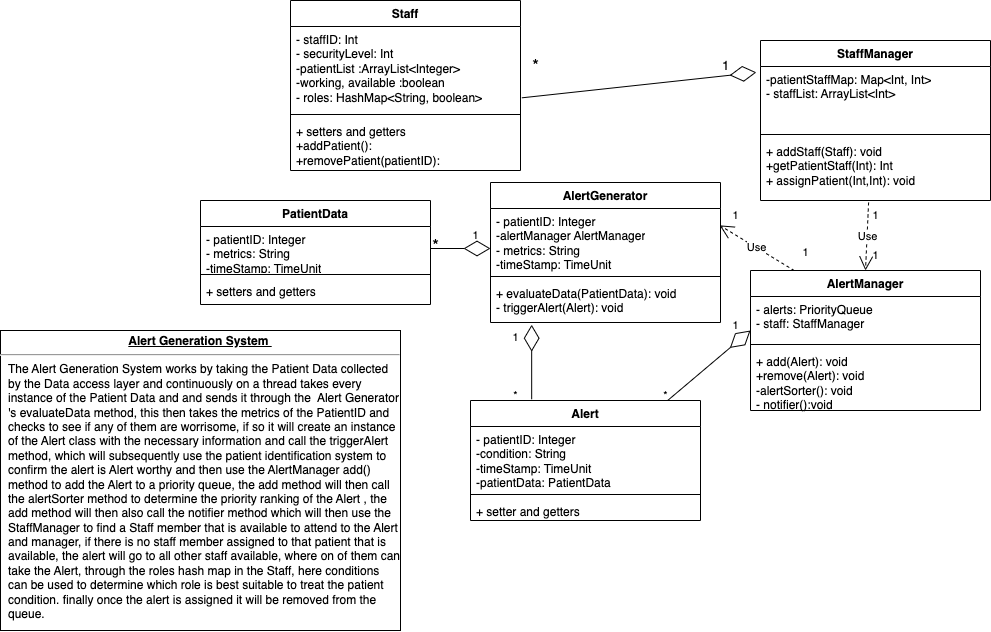
Before: uml_models/UML_Alert_Generation_System.png, a diagram exported from draw.io (Daionyos/signal_project_69). Source tidied: cells renumbered, new cells last; positions are measured from the earlier drawing's top-left corner, leaving out a move shared by most shapes.
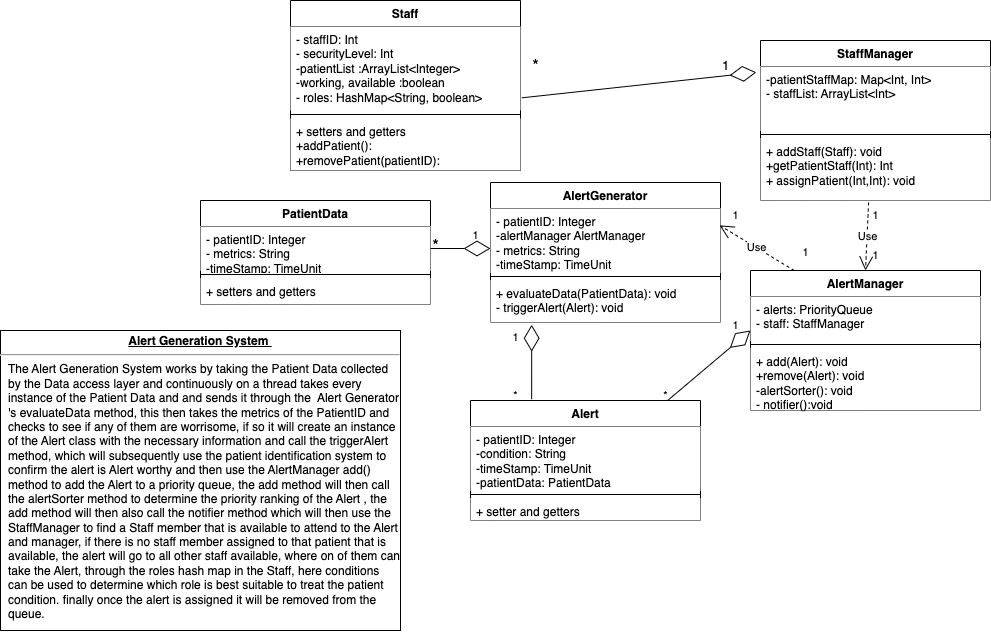
Above is the later version.

Commit message:
fixing UML class diagram

What changed in the source:
```diff
@@ -5,73 +5,73 @@
     <mxCell id="2" value="PatientData" style="swimlane;fontStyle=1;align=center;verticalAlign=top;horizontal=1;startSize=26;whiteSpace=wrap;html=1;" parent="1" vertex="1">
       <mxGeometry x="200" y="200" width="230" height="104" as="geometry" />
     </mxCell>
-    <mxCell id="3" value="- patientID: Integer&lt;br&gt;- metrics: String&lt;br&gt;-timeStamp: TimeUnit" style="text;strokeColor=none;fillColor=none;align=left;verticalAlign=top;spacingLeft=4;spacingRight=4;overflow=hidden;points=[[0,0.5],[1,0.5]];portConstraint=eastwest;whiteSpace=wrap;html=1;" parent="2" vertex="1">
+    <mxCell id="3" value="- patientID: Integer&lt;br&gt;- metrics: String&lt;br&gt;-timeStamp: TimeUnit" style="text;strokeColor=none;fillColor=default;align=left;verticalAlign=top;spacingLeft=4;spacingRight=4;overflow=hidden;points=[[0,0.5],[1,0.5]];portConstraint=eastwest;whiteSpace=wrap;html=1;" parent="2" vertex="1">
       <mxGeometry y="26" width="230" height="44" as="geometry" />
     </mxCell>
     <mxCell id="4" style="line;strokeWidth=1;fillColor=none;align=left;verticalAlign=middle;spacingTop=-1;spacingLeft=3;spacingRight=3;labelPosition=right;strokeColor=inherit;" parent="2" vertex="1">
       <mxGeometry y="70" width="230" height="8" as="geometry" />
     </mxCell>
-    <mxCell id="5" value="+ setters and getters" style="text;strokeColor=none;fillColor=none;align=left;verticalAlign=top;spacingLeft=4;spacingRight=4;overflow=hidden;whiteSpace=wrap;html=1;" parent="2" vertex="1">
+    <mxCell id="5" value="+ setters and getters" style="text;strokeColor=none;fillColor=default;align=left;verticalAlign=top;spacingLeft=4;spacingRight=4;overflow=hidden;whiteSpace=wrap;html=1;" parent="2" vertex="1">
       <mxGeometry y="78" width="230" height="26" as="geometry" />
     </mxCell>
     <mxCell id="6" value="AlertGenerator" style="swimlane;fontStyle=1;align=center;verticalAlign=top;horizontal=1;startSize=26;whiteSpace=wrap;html=1;" parent="1" vertex="1">
       <mxGeometry x="490" y="182" width="230" height="140" as="geometry" />
     </mxCell>
-    <mxCell id="7" value="- patientID: Integer&lt;br&gt;-alertManager AlertManager&lt;br&gt;- metrics: String&lt;br&gt;-timeStamp: TimeUnit" style="text;strokeColor=none;fillColor=none;align=left;verticalAlign=top;spacingLeft=4;spacingRight=4;overflow=hidden;whiteSpace=wrap;html=1;" parent="6" vertex="1">
+    <mxCell id="7" value="- patientID: Integer&lt;br&gt;-alertManager AlertManager&lt;br&gt;- metrics: String&lt;br&gt;-timeStamp: TimeUnit" style="text;strokeColor=none;fillColor=default;align=left;verticalAlign=top;spacingLeft=4;spacingRight=4;overflow=hidden;whiteSpace=wrap;html=1;" parent="6" vertex="1">
       <mxGeometry y="26" width="230" height="64" as="geometry" />
     </mxCell>
     <mxCell id="8" style="line;strokeWidth=1;fillColor=none;align=left;verticalAlign=middle;spacingTop=-1;spacingLeft=3;spacingRight=3;labelPosition=right;strokeColor=inherit;" parent="6" vertex="1">
       <mxGeometry y="90" width="230" height="8" as="geometry" />
     </mxCell>
-    <mxCell id="9" value="+ evaluateData(PatientData): void&lt;br&gt;- triggerAlert(Alert): void&amp;nbsp;&amp;nbsp;" style="text;strokeColor=none;fillColor=none;align=left;verticalAlign=top;spacingLeft=4;spacingRight=4;overflow=hidden;points=[[0,0.5],[1,0.5]];portConstraint=eastwest;whiteSpace=wrap;html=1;" parent="6" vertex="1">
+    <mxCell id="9" value="+ evaluateData(PatientData): void&lt;br&gt;- triggerAlert(Alert): void&amp;nbsp;&amp;nbsp;" style="text;strokeColor=none;fillColor=default;align=left;verticalAlign=top;spacingLeft=4;spacingRight=4;overflow=hidden;points=[[0,0.5],[1,0.5]];portConstraint=eastwest;whiteSpace=wrap;html=1;" parent="6" vertex="1">
       <mxGeometry y="98" width="230" height="42" as="geometry" />
     </mxCell>
     <mxCell id="10" value="Alert" style="swimlane;fontStyle=1;align=center;verticalAlign=top;horizontal=1;startSize=26;whiteSpace=wrap;html=1;" parent="1" vertex="1">
       <mxGeometry x="470" y="400" width="230" height="120" as="geometry" />
     </mxCell>
-    <mxCell id="11" value="- patientID: Integer&lt;br&gt;-condition: String&lt;br&gt;-timeStamp: TimeUnit&lt;br&gt;-patientData: PatientData" style="text;strokeColor=none;fillColor=none;align=left;verticalAlign=top;spacingLeft=4;spacingRight=4;overflow=hidden;whiteSpace=wrap;html=1;" parent="10" vertex="1">
+    <mxCell id="11" value="- patientID: Integer&lt;br&gt;-condition: String&lt;br&gt;-timeStamp: TimeUnit&lt;br&gt;-patientData: PatientData" style="text;strokeColor=none;fillColor=default;align=left;verticalAlign=top;spacingLeft=4;spacingRight=4;overflow=hidden;whiteSpace=wrap;html=1;" parent="10" vertex="1">
       <mxGeometry y="26" width="230" height="64" as="geometry" />
     </mxCell>
     <mxCell id="12" style="line;strokeWidth=1;fillColor=none;align=left;verticalAlign=middle;spacingTop=-1;spacingLeft=3;spacingRight=3;labelPosition=right;strokeColor=inherit;" parent="10" vertex="1">
       <mxGeometry y="90" width="230" height="8" as="geometry" />
     </mxCell>
-    <mxCell id="13" value="+ setter and getters" style="text;strokeColor=none;fillColor=none;align=left;verticalAlign=top;spacingLeft=4;spacingRight=4;overflow=hidden;whiteSpace=wrap;html=1;" parent="10" vertex="1">
+    <mxCell id="13" value="+ setter and getters" style="text;strokeColor=none;fillColor=default;align=left;verticalAlign=top;spacingLeft=4;spacingRight=4;overflow=hidden;whiteSpace=wrap;html=1;" parent="10" vertex="1">
       <mxGeometry y="98" width="230" height="22" as="geometry" />
     </mxCell>
     <mxCell id="14" value="AlertManager" style="swimlane;fontStyle=1;align=center;verticalAlign=top;horizontal=1;startSize=26;whiteSpace=wrap;html=1;" parent="1" vertex="1">
       <mxGeometry x="750" y="270" width="230" height="140" as="geometry" />
     </mxCell>
-    <mxCell id="15" value="- alerts: PriorityQueue&amp;nbsp;&lt;br&gt;- staff: StaffManager" style="text;strokeColor=none;fillColor=none;align=left;verticalAlign=top;spacingLeft=4;spacingRight=4;overflow=hidden;whiteSpace=wrap;html=1;" parent="14" vertex="1">
+    <mxCell id="15" value="- alerts: PriorityQueue&amp;nbsp;&lt;br&gt;- staff: StaffManager" style="text;strokeColor=none;fillColor=default;align=left;verticalAlign=top;spacingLeft=4;spacingRight=4;overflow=hidden;whiteSpace=wrap;html=1;" parent="14" vertex="1">
       <mxGeometry y="26" width="230" height="44" as="geometry" />
     </mxCell>
     <mxCell id="16" style="line;strokeWidth=1;fillColor=none;align=left;verticalAlign=middle;spacingTop=-1;spacingLeft=3;spacingRight=3;labelPosition=right;strokeColor=inherit;" parent="14" vertex="1">
       <mxGeometry y="70" width="230" height="8" as="geometry" />
     </mxCell>
-    <mxCell id="17" value="+ add(Alert): void&lt;br&gt;+remove(Alert): void&lt;br&gt;-alertSorter(): void&lt;br&gt;- notifier():void&amp;nbsp;" style="text;strokeColor=none;fillColor=none;align=left;verticalAlign=top;spacingLeft=4;spacingRight=4;overflow=hidden;whiteSpace=wrap;html=1;" parent="14" vertex="1">
+    <mxCell id="17" value="+ add(Alert): void&lt;br&gt;+remove(Alert): void&lt;br&gt;-alertSorter(): void&lt;br&gt;- notifier():void&amp;nbsp;" style="text;strokeColor=none;fillColor=default;align=left;verticalAlign=top;spacingLeft=4;spacingRight=4;overflow=hidden;whiteSpace=wrap;html=1;" parent="14" vertex="1">
       <mxGeometry y="78" width="230" height="62" as="geometry" />
     </mxCell>
     <mxCell id="18" value="StaffManager" style="swimlane;fontStyle=1;align=center;verticalAlign=top;horizontal=1;startSize=26;whiteSpace=wrap;html=1;" parent="1" vertex="1">
       <mxGeometry x="760" y="40" width="230" height="160" as="geometry" />
     </mxCell>
-    <mxCell id="19" value="-patientStaffMap: Map&amp;lt;Int, Int&amp;gt;&lt;br&gt;- staffList: ArrayList&amp;lt;Int&amp;gt;" style="text;strokeColor=none;fillColor=none;align=left;verticalAlign=top;spacingLeft=4;spacingRight=4;overflow=hidden;points=[[0,0.5],[1,0.5]];portConstraint=eastwest;whiteSpace=wrap;html=1;" parent="18" vertex="1">
+    <mxCell id="19" value="-patientStaffMap: Map&amp;lt;Int, Int&amp;gt;&lt;br&gt;- staffList: ArrayList&amp;lt;Int&amp;gt;" style="text;strokeColor=none;fillColor=default;align=left;verticalAlign=top;spacingLeft=4;spacingRight=4;overflow=hidden;points=[[0,0.5],[1,0.5]];portConstraint=eastwest;whiteSpace=wrap;html=1;" parent="18" vertex="1">
       <mxGeometry y="26" width="230" height="64" as="geometry" />
     </mxCell>
     <mxCell id="20" style="line;strokeWidth=1;fillColor=none;align=left;verticalAlign=middle;spacingTop=-1;spacingLeft=3;spacingRight=3;labelPosition=right;strokeColor=inherit;" parent="18" vertex="1">
       <mxGeometry y="90" width="230" height="8" as="geometry" />
     </mxCell>
-    <mxCell id="21" value="+ addStaff(Staff): void&lt;br&gt;+getPatientStaff(Int): Int&lt;br&gt;+ assignPatient(Int,Int): void&amp;nbsp;" style="text;strokeColor=none;fillColor=none;align=left;verticalAlign=top;spacingLeft=4;spacingRight=4;overflow=hidden;points=[[0,0.5],[1,0.5]];portConstraint=eastwest;whiteSpace=wrap;html=1;" parent="18" vertex="1">
+    <mxCell id="21" value="+ addStaff(Staff): void&lt;br&gt;+getPatientStaff(Int): Int&lt;br&gt;+ assignPatient(Int,Int): void&amp;nbsp;" style="text;strokeColor=none;fillColor=default;align=left;verticalAlign=top;spacingLeft=4;spacingRight=4;overflow=hidden;points=[[0,0.5],[1,0.5]];portConstraint=eastwest;whiteSpace=wrap;html=1;" parent="18" vertex="1">
       <mxGeometry y="98" width="230" height="62" as="geometry" />
     </mxCell>
     <mxCell id="22" value="Staff" style="swimlane;fontStyle=1;align=center;verticalAlign=top;horizontal=1;startSize=26;whiteSpace=wrap;html=1;" parent="1" vertex="1">
       <mxGeometry x="290" width="230" height="170" as="geometry" />
     </mxCell>
-    <mxCell id="23" value="- staffID: Int&lt;br&gt;- securityLevel: Int&lt;br&gt;-patientList :ArrayList&amp;lt;Integer&amp;gt;&lt;br&gt;-working, available :boolean&lt;br&gt;- roles: HashMap&amp;lt;String, boolean&amp;gt;" style="text;strokeColor=none;fillColor=none;align=left;verticalAlign=top;spacingLeft=4;spacingRight=4;overflow=hidden;points=[[0,0.5],[1,0.5]];portConstraint=eastwest;whiteSpace=wrap;html=1;" parent="22" vertex="1">
+    <mxCell id="23" value="- staffID: Int&lt;br&gt;- securityLevel: Int&lt;br&gt;-patientList :ArrayList&amp;lt;Integer&amp;gt;&lt;br&gt;-working, available :boolean&lt;br&gt;- roles: HashMap&amp;lt;String, boolean&amp;gt;" style="text;strokeColor=none;fillColor=default;align=left;verticalAlign=top;spacingLeft=4;spacingRight=4;overflow=hidden;points=[[0,0.5],[1,0.5]];portConstraint=eastwest;whiteSpace=wrap;html=1;" parent="22" vertex="1">
       <mxGeometry y="26" width="230" height="84" as="geometry" />
     </mxCell>
     <mxCell id="24" style="line;strokeWidth=1;fillColor=none;align=left;verticalAlign=middle;spacingTop=-1;spacingLeft=3;spacingRight=3;labelPosition=right;strokeColor=inherit;" parent="22" vertex="1">
       <mxGeometry y="110" width="230" height="8" as="geometry" />
     </mxCell>
-    <mxCell id="25" value="+ setters and getters&lt;br&gt;+addPatient():&lt;br&gt;+removePatient(patientID):&lt;br&gt;" style="text;strokeColor=none;fillColor=none;align=left;verticalAlign=top;spacingLeft=4;spacingRight=4;overflow=hidden;whiteSpace=wrap;html=1;" parent="22" vertex="1">
+    <mxCell id="25" value="+ setters and getters&lt;br&gt;+addPatient():&lt;br&gt;+removePatient(patientID):&lt;br&gt;" style="text;strokeColor=none;fillColor=default;align=left;verticalAlign=top;spacingLeft=4;spacingRight=4;overflow=hidden;whiteSpace=wrap;html=1;" parent="22" vertex="1">
       <mxGeometry y="118" width="230" height="52" as="geometry" />
     </mxCell>
     <mxCell id="26" style="endArrow=diamondThin;endFill=0;endSize=24;html=1;rounded=0;entryX=-0.018;entryY=0.092;entryDx=0;entryDy=0;entryPerimeter=0;exitX=1.006;exitY=0.849;exitDx=0;exitDy=0;exitPerimeter=0;" parent="1" edge="1" source="23" target="19">
```
